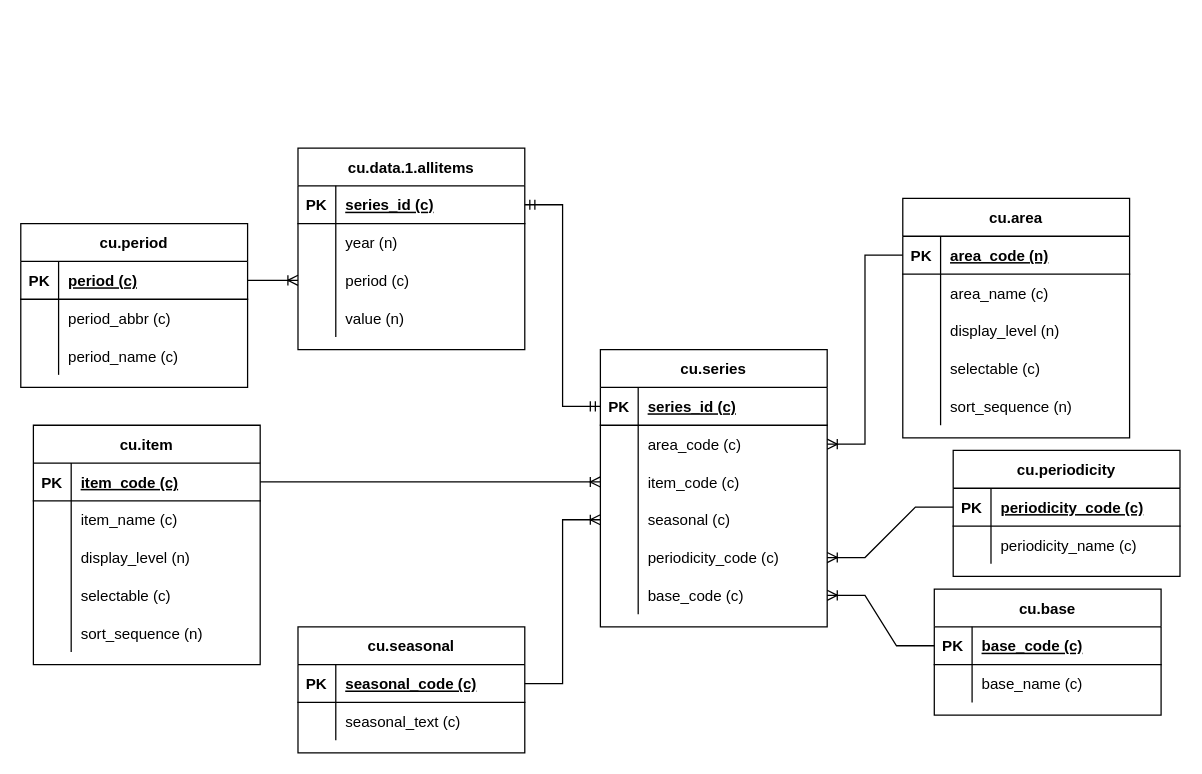
Earlier version of the draw.io diagram relationships.drawio (alcinija/Consumer-Price-Index-Project). Source tidied: cells renumbered, new cells numbered last; positions are measured from the earlier drawing's top-left corner, leaving out a move shared by most shapes. Both pictures are drawn from the tidied source at 126%, with x=0, y=0 at pixel (20, 147).
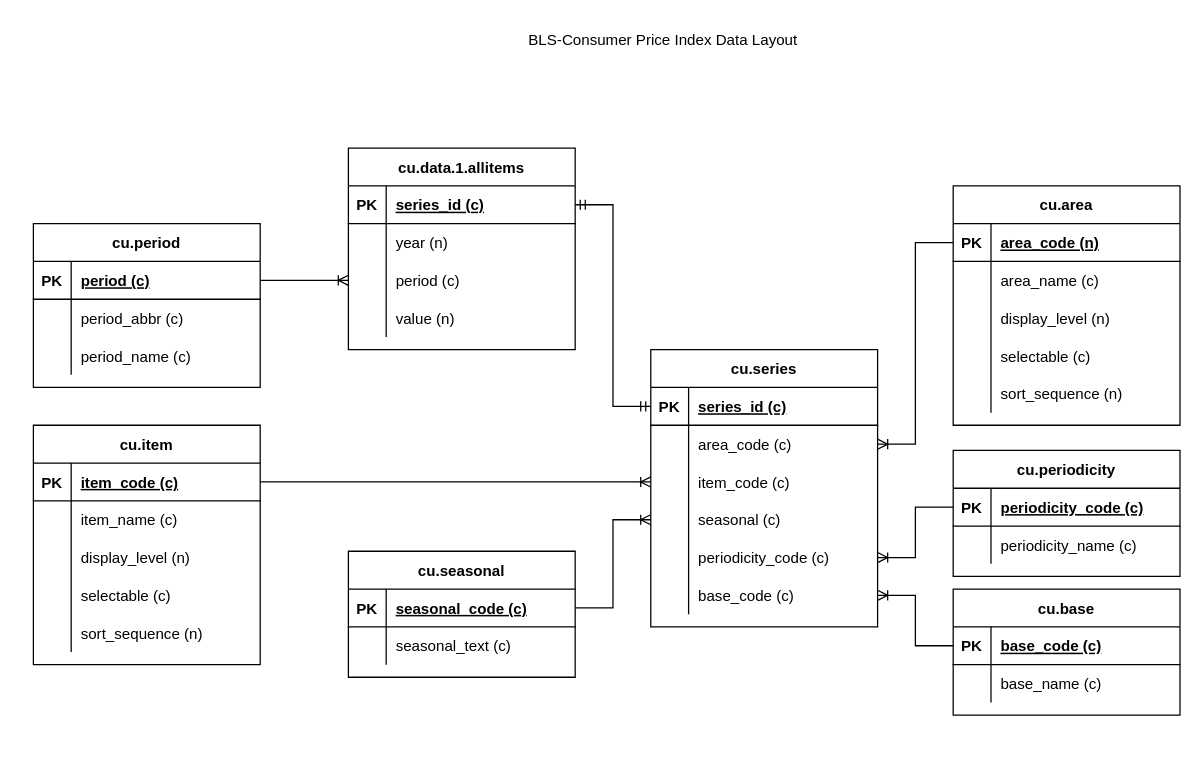
The same diagram, later.

Diff of the diagram source:
```diff
@@
     <mxCell id="2" value="cu.area" style="shape=table;startSize=30;childLayout=tableLayout;rowLines=0;fontStyle=1;align=center;" parent="1" vertex="1">
-      <mxGeometry x="700" y="40" width="180" height="190" as="geometry" />
+      <mxGeometry x="740" y="30" width="180" height="190" as="geometry" />
     </mxCell>
@@
     <mxCell id="18" value="cu.base" style="shape=table;startSize=30;childLayout=tableLayout;rowLines=0;fontStyle=1;align=center;" parent="1" vertex="1">
-      <mxGeometry x="725" y="350" width="180" height="100" as="geometry" />
+      <mxGeometry x="740" y="350" width="180" height="100" as="geometry" />
     </mxCell>
@@
     <mxCell id="25" value="cu.data.1.allitems" style="shape=table;startSize=30;childLayout=tableLayout;rowLines=0;fontStyle=1;align=center;" parent="1" vertex="1">
-      <mxGeometry x="220" width="180" height="160" as="geometry" />
+      <mxGeometry x="260" width="180" height="160" as="geometry" />
     </mxCell>
@@
     <mxCell id="54" value="cu.period" style="shape=table;startSize=30;childLayout=tableLayout;rowLines=0;fontStyle=1;align=center;" parent="1" vertex="1">
-      <mxGeometry y="60" width="180" height="130" as="geometry" />
+      <mxGeometry x="10" y="60" width="180" height="130" as="geometry" />
     </mxCell>
@@
     <mxCell id="72" value="cu.seasonal" style="shape=table;startSize=30;childLayout=tableLayout;rowLines=0;fontStyle=1;align=center;" parent="1" vertex="1">
-      <mxGeometry x="220" y="380" width="180" height="100" as="geometry" />
+      <mxGeometry x="260" y="320" width="180" height="100" as="geometry" />
     </mxCell>
@@
     <mxCell id="79" value="cu.series" style="shape=table;startSize=30;childLayout=tableLayout;rowLines=0;fontStyle=1;align=center;" parent="1" vertex="1">
-      <mxGeometry x="460" y="160" width="180" height="220" as="geometry" />
+      <mxGeometry x="500" y="160" width="180" height="220" as="geometry" />
     </mxCell>
@@
+    <mxCell id="104" value="BLS-Consumer Price Index Data Layout" style="text;html=1;strokeColor=none;fillColor=none;align=center;verticalAlign=middle;whiteSpace=wrap;rounded=0;" parent="1" vertex="1">
+      <mxGeometry x="390" y="-100" width="240" height="30" as="geometry" />
+    </mxCell>
```
